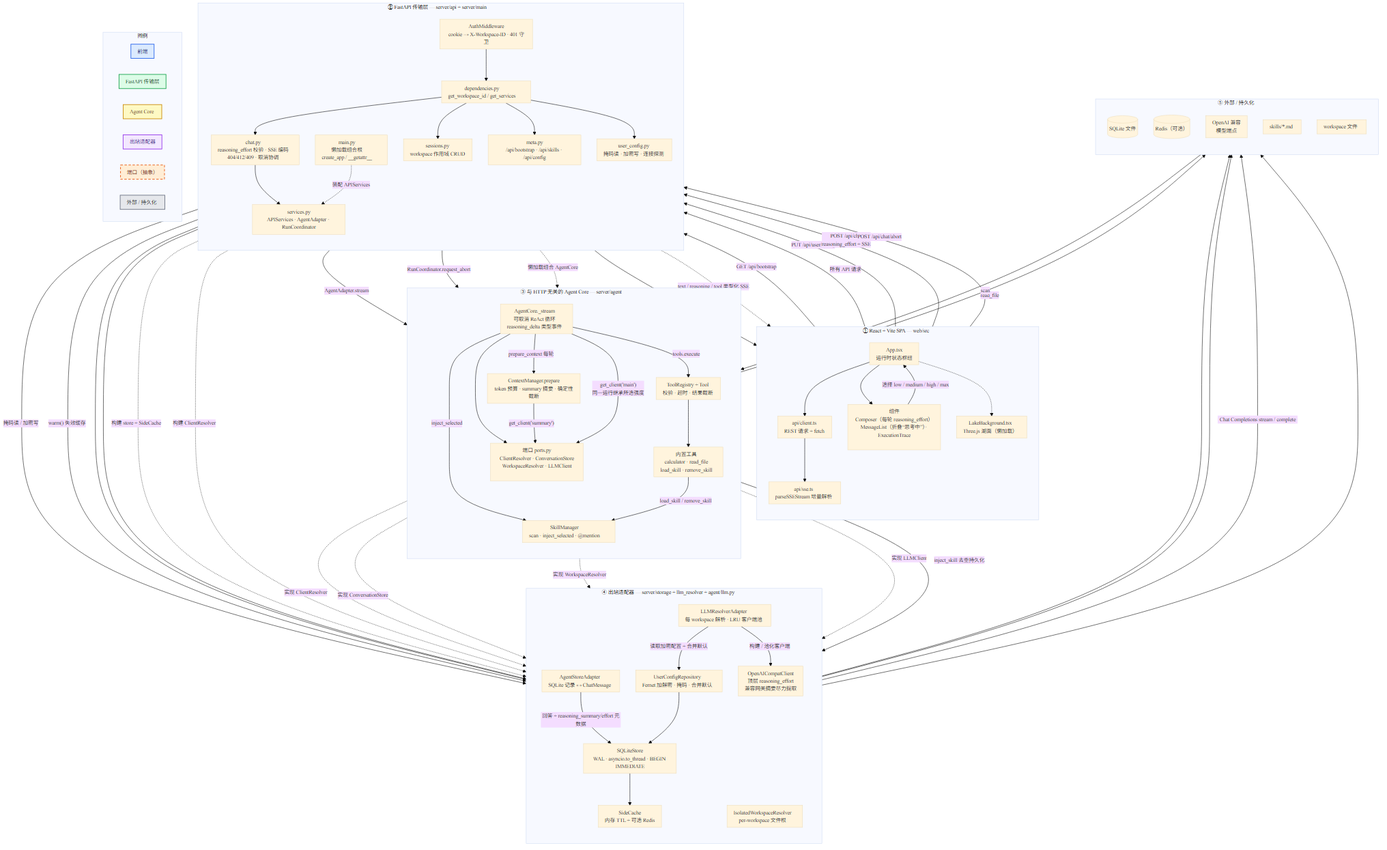
QQYmake/wenqv keeps this Mermaid diagram as docs/architecture.png. Above is the earlier version. Its source is kept beside it as docs/architecture.mmd.
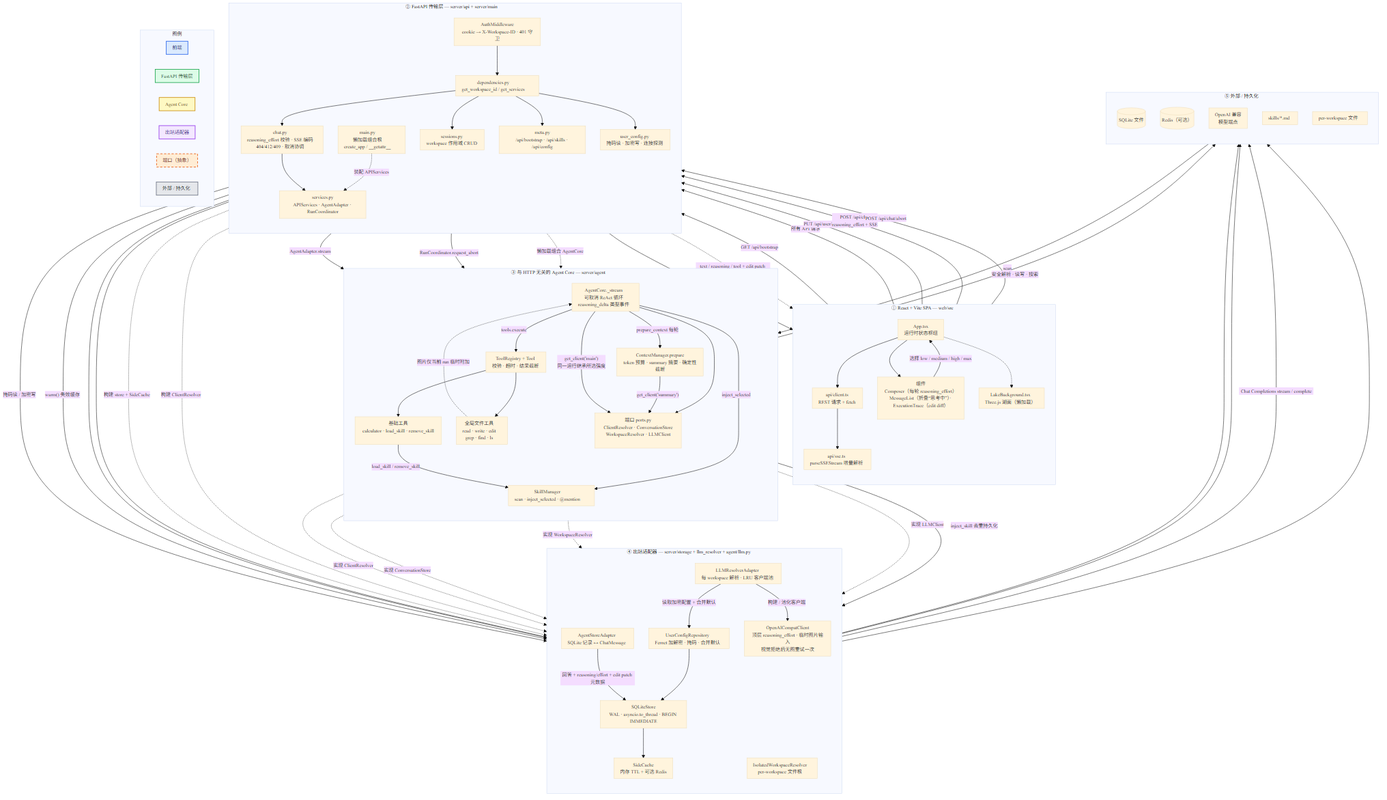
The same file after the commit.

Diff of the diagram source:
```diff
@@ -10,7 +10,7 @@
     subgraph CLIENT["① React + Vite SPA — web/src"]
         direction TB
         App["App.tsx<br/>运行时状态枢纽"]
-        UI["组件<br/>Composer（每轮 reasoning_effort）<br/>MessageList（折叠“思考中”）· ExecutionTrace"]
+        UI["组件<br/>Composer（每轮 reasoning_effort）<br/>MessageList（折叠“思考中”）· ExecutionTrace（edit diff）"]
         APICLIENT["api/client.ts<br/>REST 请求 + fetch"]
         SSE["api/sse.ts<br/>parseSSEStream 增量解析"]
         LAKE["LakeBackground.tsx<br/>Three.js 湖面（懒加载）"]
@@ -34,7 +34,8 @@
         CTX["ContextManager.prepare<br/>token 预算 · summary 摘要 · 确定性截断"]
         SKILL["SkillManager<br/>scan · inject_selected · @mention"]
         REG["ToolRegistry + Tool<br/>校验 · 超时 · 结果截断"]
-        TOOLS["内置工具<br/>calculator · read_file<br/>load_skill · remove_skill"]
+        TOOLS["基础工具<br/>calculator · load_skill · remove_skill"]
+        FILETOOLS["全局文件工具<br/>read · write · edit<br/>grep · find · ls"]
         PORTS["端口 ports.py<br/>ClientResolver · ConversationStore<br/>WorkspaceResolver · LLMClient"]
     end
 
@@ -45,7 +46,7 @@
         SCACHE["SideCache<br/>内存 TTL + 可选 Redis"]
         UREPO["UserConfigRepository<br/>Fernet 加解密 · 掩码 · 合并默认"]
         RESOLVER["LLMResolverAdapter<br/>每 workspace 解析 · LRU 客户端池"]
-        OAI["OpenAICompatClient<br/>顶层 reasoning_effort<br/>兼容网关摘要尽力提取"]
+        OAI["OpenAICompatClient<br/>顶层 reasoning_effort · 临时图片输入<br/>视觉拒绝后无图重试一次"]
         WRES["IsolatedWorkspaceResolver<br/>per-workspace 文件根"]
     end
 
@@ -55,7 +56,7 @@
         REDIS[("Redis（可选）")]
         REMOTE["OpenAI 兼容<br/>模型端点"]
         SKILLFILES["skills/*.md"]
-        WFILES["workspace 文件"]
+        WFILES["per-workspace 文件"]
     end
 
     App --> APICLIENT
@@ -76,19 +77,20 @@
     APICLIENT -->|"POST /api/chat<br/>reasoning_effort + SSE"| CHAT
     CHAT --> SVC
     SVC -->|"AgentAdapter.stream"| ACORE
-    CHAT -.->|"text / reasoning / tool 类型化 SSE"| APICLIENT
+    CHAT -.->|"text / reasoning / tool + edit patch SSE"| APICLIENT
     APICLIENT -->|"POST /api/chat/abort"| CHAT
     SVC -->|"RunCoordinator.request_abort"| ACORE
 
     ACORE -->|"prepare_context 每轮"| CTX
     ACORE -->|"inject_selected"| SKILL
     ACORE -->|"tools.execute"| REG
-    REG --> TOOLS
+    REG --> TOOLS & FILETOOLS
     ACORE --> PORTS
     CTX -->|"get_client('summary')"| PORTS
     ACORE -->|"get_client('main')<br/>同一运行继承所选强度"| PORTS
     TOOLS -->|"load_skill / remove_skill"| SKILL
-    TOOLS -->|"read_file"| WFILES
+    FILETOOLS -->|"安全解析 · 读写 · 搜索"| WFILES
+    FILETOOLS -.->|"图片仅当前 run 临时附加"| ACORE
     SKILLFILES -->|"scan"| SKILL
 
     PORTS -.->|"实现 ClientResolver"| RESOLVER
@@ -96,7 +98,7 @@
     PORTS -.->|"实现 WorkspaceResolver"| WRES
     PORTS -.->|"实现 LLMClient"| OAI
 
-    SADAPTER -->|"回答 + reasoning_summary/effort 元数据"| SQLITE
+    SADAPTER -->|"回答 + reasoning/effort + edit patch 元数据"| SQLITE
     SKILL -->|"inject_skill 去重持久化"| SADAPTER
     SQLITE --> DB
     SQLITE --> SCACHE
```
